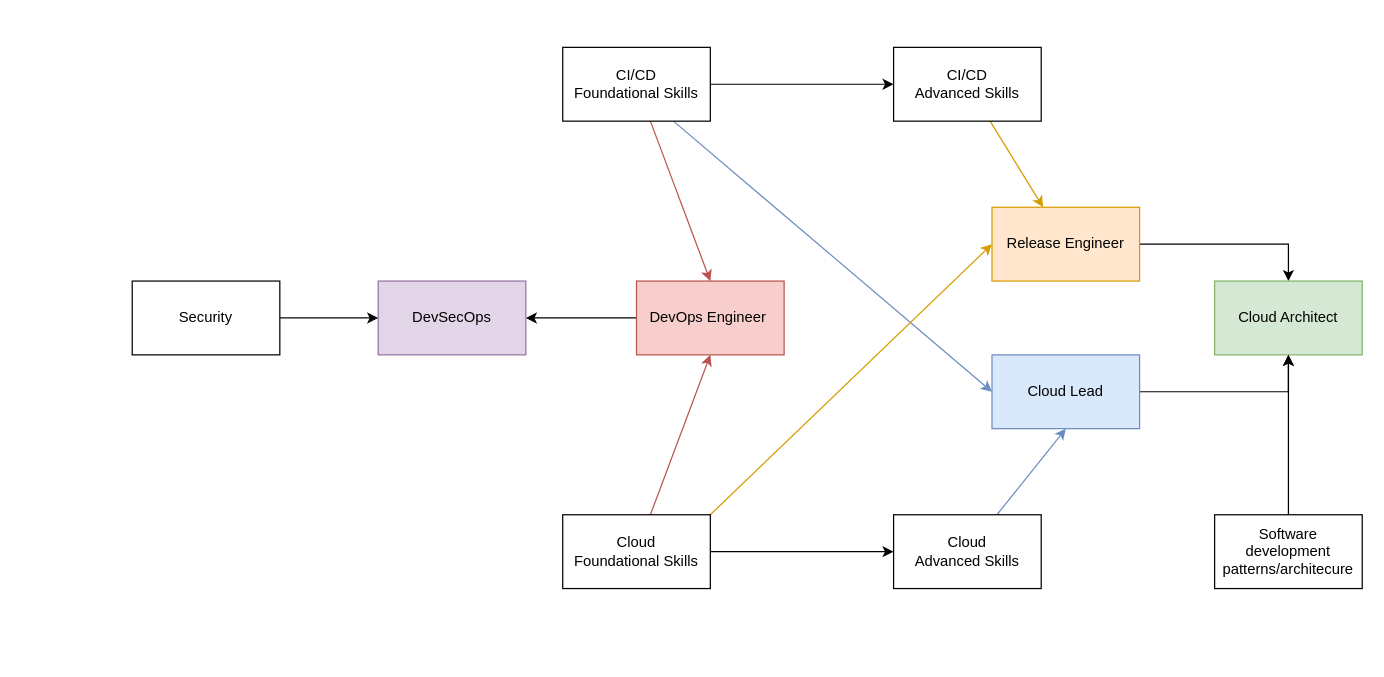
Before: Untitled Diagram.drawio in acalder88/devops, a draw.io diagram. Source tidied: cells renumbered, new cells numbered last; positions are measured from the earlier drawing's top-left corner, leaving out a move shared by most shapes. Both pictures are drawn from the tidied source at 123%, with x=0, y=0 at pixel (132, 47).
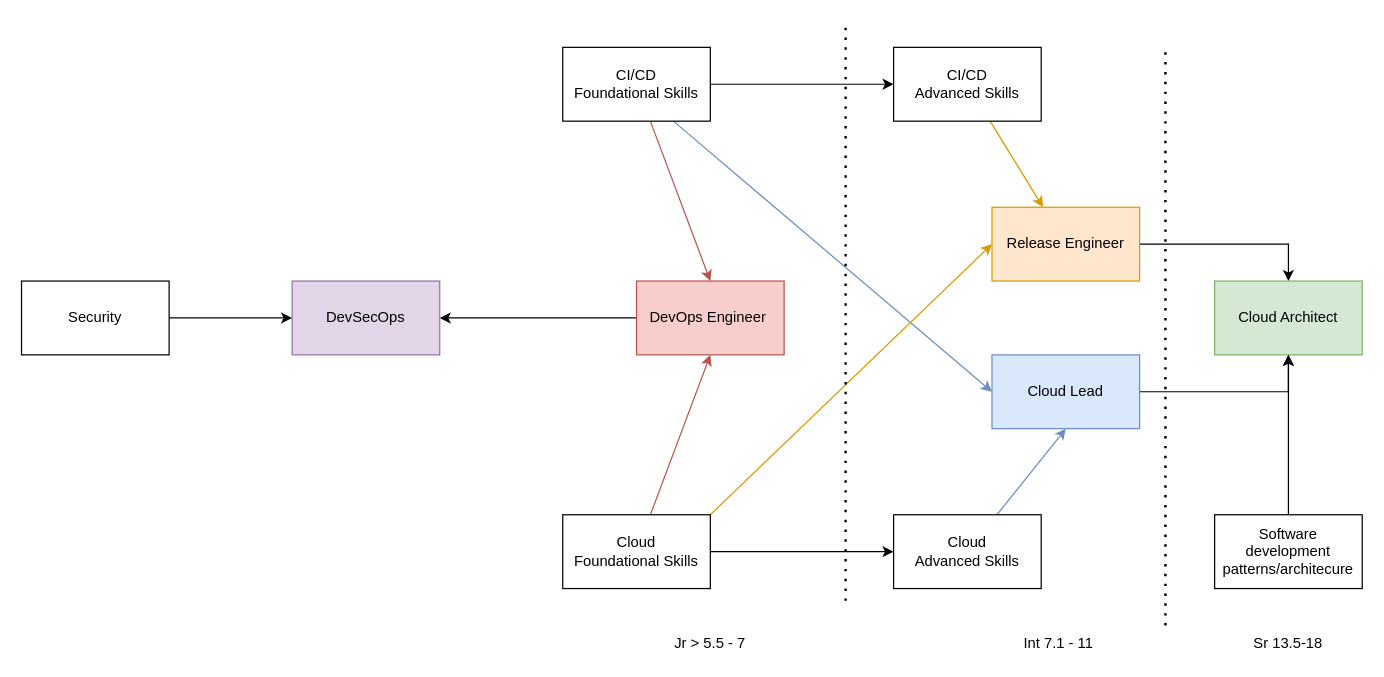
After the change.

Diff of the diagram source:
```diff
@@
     <mxCell id="20" value="DevSecOps" style="rounded=0;whiteSpace=wrap;html=1;fillColor=#e1d5e7;strokeColor=#9673a6;" parent="1" vertex="1">
-      <mxGeometry x="200" y="190" width="120" height="60" as="geometry" />
+      <mxGeometry x="130" y="190" width="120" height="60" as="geometry" />
     </mxCell>
@@
     <mxCell id="23" value="Security" style="rounded=0;whiteSpace=wrap;html=1;" parent="1" vertex="1">
-      <mxGeometry y="190" width="120" height="60" as="geometry" />
+      <mxGeometry x="-90" y="190" width="120" height="60" as="geometry" />
     </mxCell>
@@
+    <mxCell id="26" style="endArrow=none;dashed=1;html=1;dashPattern=1 3;strokeWidth=2;" parent="1" edge="1">
+      <mxGeometry relative="1" as="geometry">
+        <mxPoint x="580" y="450" as="sourcePoint" />
+        <mxPoint x="580" y="-20" as="targetPoint" />
+      </mxGeometry>
+    </mxCell>
+    <mxCell id="27" style="endArrow=none;dashed=1;html=1;dashPattern=1 3;strokeWidth=2;" parent="1" edge="1">
+      <mxGeometry relative="1" as="geometry">
+        <mxPoint x="840" y="470" as="sourcePoint" />
+        <mxPoint x="840" as="targetPoint" />
+      </mxGeometry>
+    </mxCell>
+    <mxCell id="28" value="Jr &amp;gt; 5.5 - 7" style="text;html=1;strokeColor=none;fillColor=none;align=center;verticalAlign=middle;whiteSpace=wrap;rounded=0;" parent="1" vertex="1">
+      <mxGeometry x="415" y="475" width="110" height="20" as="geometry" />
+    </mxCell>
+    <mxCell id="29" value="Int 7.1 - 11&amp;nbsp;" style="text;html=1;strokeColor=none;fillColor=none;align=center;verticalAlign=middle;whiteSpace=wrap;rounded=0;" parent="1" vertex="1">
+      <mxGeometry x="710" y="475" width="90" height="20" as="geometry" />
+    </mxCell>
+    <mxCell id="30" value="Sr 13.5-18" style="text;html=1;strokeColor=none;fillColor=none;align=center;verticalAlign=middle;whiteSpace=wrap;rounded=0;" parent="1" vertex="1">
+      <mxGeometry x="905" y="475" width="70" height="20" as="geometry" />
+    </mxCell>
```
